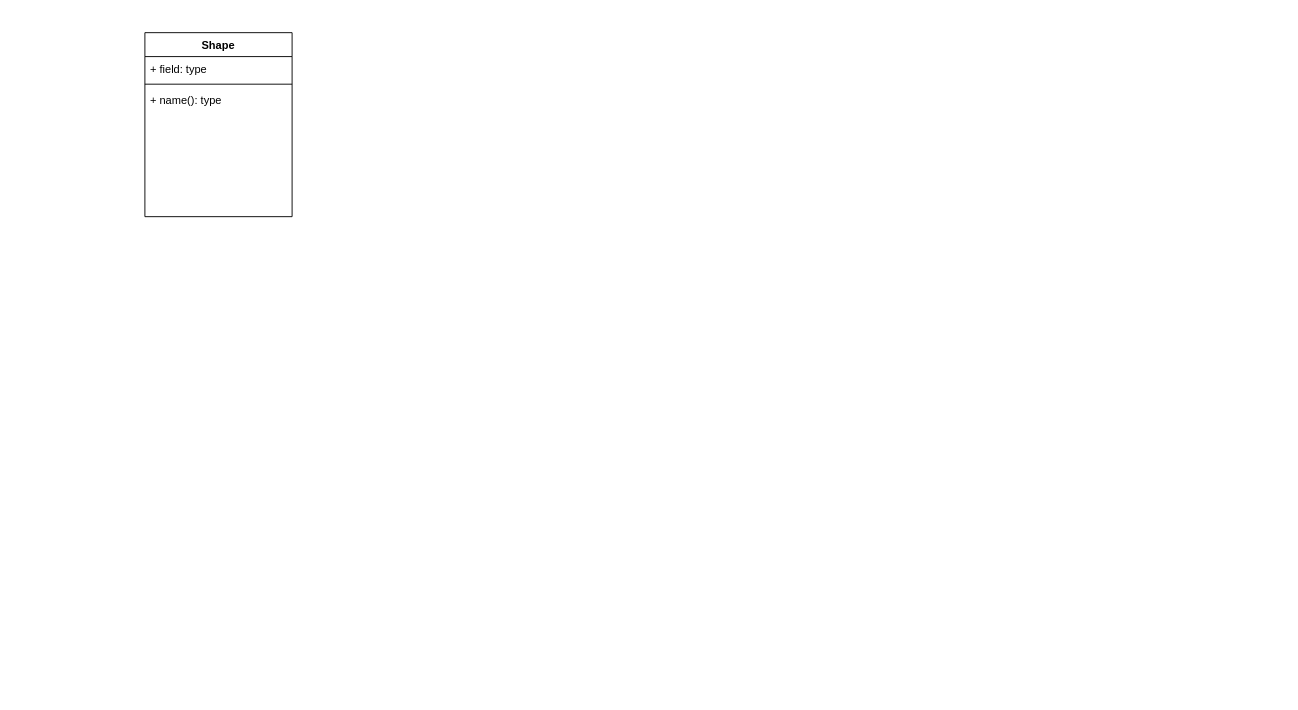
Before: page "类图" (3 of 4) of 1.Guide/4.annotation/XY-annotation.drawio in DirtyBoy-53/DrawIO_Data, a draw.io diagram. Source tidied: cells renumbered, new cells numbered last; positions are measured from the earlier drawing's top-left corner, leaving out a move shared by most shapes. Both pictures are drawn from the tidied source at 92%, with x=0, y=0 at pixel (144, 32).
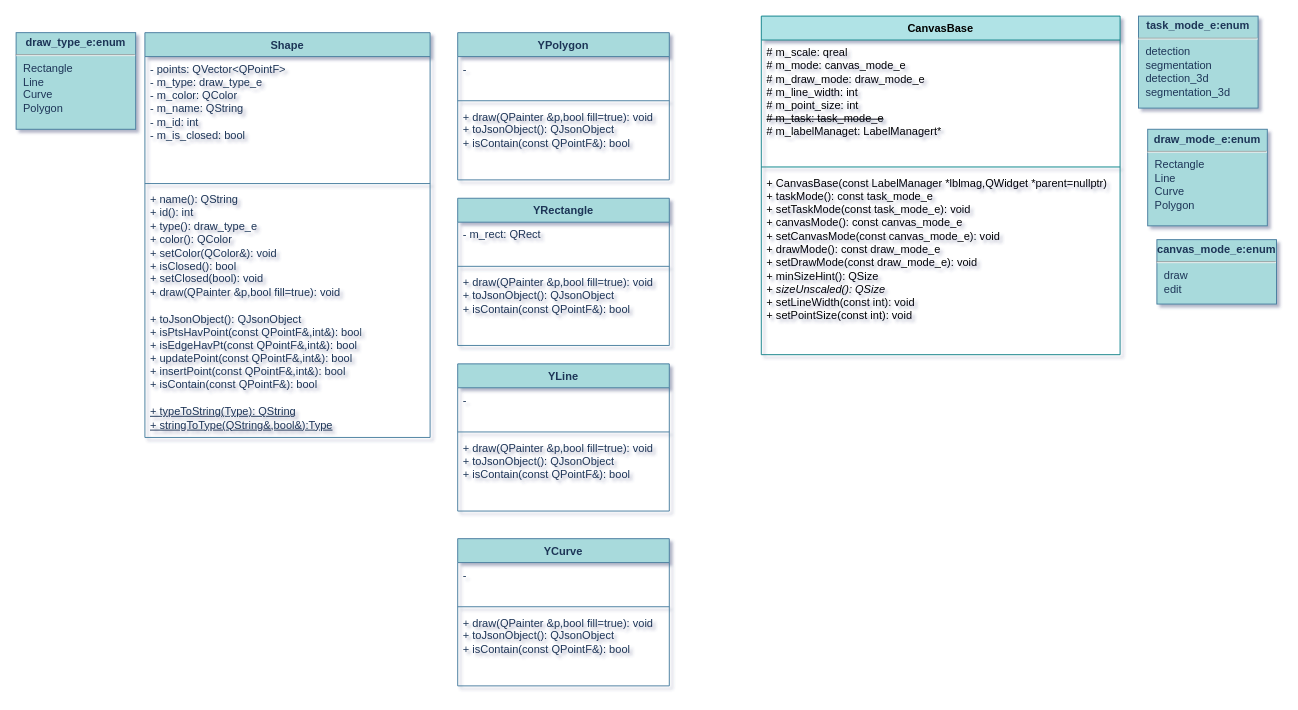
The same diagram, later.

Diff of the diagram source:
```diff
@@
-<mxGraphModel>
+<mxGraphModel background="#ffffff" shadow="1">
@@
-    <mxCell id="2" value="Shape" style="swimlane;fontStyle=1;align=center;verticalAlign=top;horizontal=1;startSize=26;whiteSpace=wrap;html=1;" parent="1" vertex="1">
-      <mxGeometry width="160" height="200" as="geometry" />
+    <mxCell id="2" value="Shape" style="swimlane;fontStyle=1;align=center;verticalAlign=top;horizontal=1;startSize=26;whiteSpace=wrap;html=1;labelBackgroundColor=none;fillColor=#A8DADC;strokeColor=#457B9D;fontColor=#1D3557;" parent="1" vertex="1">
+      <mxGeometry width="310" height="440" as="geometry" />
     </mxCell>
-    <mxCell id="3" value="+ field: type" style="text;strokeColor=none;fillColor=none;align=left;verticalAlign=top;spacingLeft=4;spacingRight=4;overflow=hidden;whiteSpace=wrap;html=1;" parent="2" vertex="1">
-      <mxGeometry y="26" width="160" height="26" as="geometry" />
+    <mxCell id="3" value="- points: QVector&amp;lt;QPointF&amp;gt;&lt;br&gt;- m_type:&amp;nbsp;draw_type_e&lt;br&gt;- m_color: QColor&lt;br&gt;- m_name: QString&lt;br&gt;- m_id: int&lt;br&gt;- m_is_closed: bool" style="text;strokeColor=none;fillColor=none;align=left;verticalAlign=top;spacingLeft=4;spacingRight=4;overflow=hidden;whiteSpace=wrap;html=1;labelBackgroundColor=none;fontColor=#1D3557;" parent="2" vertex="1">
+      <mxGeometry y="26" width="310" height="134" as="geometry" />
     </mxCell>
-    <mxCell id="4" style="line;strokeWidth=1;fillColor=none;align=left;verticalAlign=middle;spacingTop=-1;spacingLeft=3;spacingRight=3;labelPosition=right;strokeColor=inherit;" parent="2" vertex="1">
-      <mxGeometry y="52" width="160" height="8" as="geometry" />
+    <mxCell id="4" style="line;strokeWidth=1;fillColor=none;align=left;verticalAlign=middle;spacingTop=-1;spacingLeft=3;spacingRight=3;labelPosition=right;strokeColor=#457B9D;labelBackgroundColor=none;fontColor=#1D3557;" parent="2" vertex="1">
+      <mxGeometry y="160" width="310" height="8" as="geometry" />
     </mxCell>
-    <mxCell id="5" value="+ name(): type" style="text;strokeColor=none;fillColor=none;align=left;verticalAlign=top;spacingLeft=4;spacingRight=4;overflow=hidden;whiteSpace=wrap;html=1;" parent="2" vertex="1">
-      <mxGeometry y="60" width="160" height="140" as="geometry" />
+    <mxCell id="5" value="+ name(): QString&lt;br&gt;+ id(): int&lt;br&gt;+ type():&amp;nbsp;&lt;span style=&quot;border-color: var(--border-color); text-align: center;&quot;&gt;draw_type_e&lt;/span&gt;&lt;br&gt;+ color(): QColor&lt;br&gt;+ setColor(QColor&amp;amp;): void&lt;br&gt;+ isClosed(): bool&lt;br&gt;+ setClosed(bool): void&lt;br&gt;+ draw(QPainter &amp;amp;p,bool fill=true): void&lt;br&gt;&lt;br&gt;+ toJsonObject(): QJsonObject&lt;br&gt;+ isPtsHavPoint(const QPointF&amp;amp;,int&amp;amp;): bool&lt;br&gt;+ isEdgeHavPt(const QPointF&amp;amp;,int&amp;amp;): bool&lt;br&gt;+ updatePoint(const QPointF&amp;amp;,int&amp;amp;): bool&lt;br&gt;+ insertPoint(const QPointF&amp;amp;,int&amp;amp;): bool&lt;br&gt;+ isContain(const QPointF&amp;amp;): bool&lt;br&gt;&lt;br&gt;&lt;span style=&quot;border-color: var(--border-color);&quot;&gt;&lt;u style=&quot;border-color: var(--border-color);&quot;&gt;+ typeToString(Type): QString&lt;br style=&quot;border-color: var(--border-color);&quot;&gt;&lt;/u&gt;&lt;/span&gt;&lt;u style=&quot;border-color: var(--border-color);&quot;&gt;+ stringToType(QString&amp;amp;,bool&amp;amp;):Type&lt;/u&gt;" style="text;strokeColor=none;fillColor=none;align=left;verticalAlign=top;spacingLeft=4;spacingRight=4;overflow=hidden;whiteSpace=wrap;html=1;labelBackgroundColor=none;fontColor=#1D3557;" parent="2" vertex="1">
+      <mxGeometry y="168" width="310" height="272" as="geometry" />
     </mxCell>
+    <mxCell id="6" value="&lt;p style=&quot;margin: 4px 0px 0px; text-align: center;&quot;&gt;&lt;b style=&quot;&quot;&gt;draw_mode_e:enum&lt;/b&gt;&lt;/p&gt;&lt;hr&gt;&lt;p style=&quot;margin:0px;margin-left:8px;&quot;&gt;Rectangle&lt;br&gt;Line&lt;/p&gt;&lt;p style=&quot;margin:0px;margin-left:8px;&quot;&gt;Curve&lt;/p&gt;&lt;p style=&quot;margin:0px;margin-left:8px;&quot;&gt;Polygon&lt;/p&gt;" style="verticalAlign=top;align=left;overflow=fill;fontSize=12;fontFamily=Helvetica;html=1;whiteSpace=wrap;labelBackgroundColor=none;fillColor=#A8DADC;strokeColor=#457B9D;fontColor=#1D3557;" parent="1" vertex="1">
+      <mxGeometry x="1090" y="105" width="130" height="105" as="geometry" />
+    </mxCell>
+    <mxCell id="7" value="YPolygon" style="swimlane;fontStyle=1;align=center;verticalAlign=top;horizontal=1;startSize=26;whiteSpace=wrap;html=1;labelBackgroundColor=none;fillColor=#A8DADC;strokeColor=#457B9D;fontColor=#1D3557;arcSize=11;" parent="1" vertex="1">
+      <mxGeometry x="340" width="230" height="160" as="geometry" />
+    </mxCell>
+    <mxCell id="8" value="-" style="text;strokeColor=none;fillColor=none;align=left;verticalAlign=top;spacingLeft=4;spacingRight=4;overflow=hidden;whiteSpace=wrap;html=1;labelBackgroundColor=none;fontColor=#1D3557;" parent="7" vertex="1">
+      <mxGeometry y="26" width="230" height="44" as="geometry" />
+    </mxCell>
+    <mxCell id="9" style="line;strokeWidth=1;fillColor=none;align=left;verticalAlign=middle;spacingTop=-1;spacingLeft=3;spacingRight=3;labelPosition=right;strokeColor=#457B9D;labelBackgroundColor=none;fontColor=#1D3557;" parent="7" vertex="1">
+      <mxGeometry y="70" width="230" height="8" as="geometry" />
+    </mxCell>
+    <mxCell id="10" value="+ draw(QPainter &amp;amp;p,bool fill=true): void&lt;br style=&quot;border-color: var(--border-color);&quot;&gt;+ toJsonObject(): QJsonObject&lt;br style=&quot;border-color: var(--border-color);&quot;&gt;+ isContain(const QPointF&amp;amp;): bool" style="text;strokeColor=none;fillColor=none;align=left;verticalAlign=top;spacingLeft=4;spacingRight=4;overflow=hidden;whiteSpace=wrap;html=1;labelBackgroundColor=none;fontColor=#1D3557;" parent="7" vertex="1">
+      <mxGeometry y="78" width="230" height="82" as="geometry" />
+    </mxCell>
+    <mxCell id="11" value="YRectangle" style="swimlane;fontStyle=1;align=center;verticalAlign=top;horizontal=1;startSize=26;whiteSpace=wrap;html=1;labelBackgroundColor=none;fillColor=#A8DADC;strokeColor=#457B9D;fontColor=#1D3557;arcSize=11;" parent="1" vertex="1">
+      <mxGeometry x="340" y="180" width="230" height="160" as="geometry" />
+    </mxCell>
+    <mxCell id="12" value="- m_rect: QRect&lt;br&gt;" style="text;strokeColor=none;fillColor=none;align=left;verticalAlign=top;spacingLeft=4;spacingRight=4;overflow=hidden;whiteSpace=wrap;html=1;labelBackgroundColor=none;fontColor=#1D3557;" parent="11" vertex="1">
+      <mxGeometry y="26" width="230" height="44" as="geometry" />
+    </mxCell>
+    <mxCell id="13" style="line;strokeWidth=1;fillColor=none;align=left;verticalAlign=middle;spacingTop=-1;spacingLeft=3;spacingRight=3;labelPosition=right;strokeColor=#457B9D;labelBackgroundColor=none;fontColor=#1D3557;" parent="11" vertex="1">
+      <mxGeometry y="70" width="230" height="8" as="geometry" />
+    </mxCell>
+    <mxCell id="14" value="+ draw(QPainter &amp;amp;p,bool fill=true): void&lt;br style=&quot;border-color: var(--border-color);&quot;&gt;+ toJsonObject(): QJsonObject&lt;br style=&quot;border-color: var(--border-color);&quot;&gt;+ isContain(const QPointF&amp;amp;): bool" style="text;strokeColor=none;fillColor=none;align=left;verticalAlign=top;spacingLeft=4;spacingRight=4;overflow=hidden;whiteSpace=wrap;html=1;labelBackgroundColor=none;fontColor=#1D3557;" parent="11" vertex="1">
+      <mxGeometry y="78" width="230" height="82" as="geometry" />
+    </mxCell>
+    <mxCell id="15" value="YLine" style="swimlane;fontStyle=1;align=center;verticalAlign=top;horizontal=1;startSize=26;whiteSpace=wrap;html=1;labelBackgroundColor=none;fillColor=#A8DADC;strokeColor=#457B9D;fontColor=#1D3557;arcSize=11;" parent="1" vertex="1">
+      <mxGeometry x="340" y="360" width="230" height="160" as="geometry" />
+    </mxCell>
+    <mxCell id="16" value="-&amp;nbsp;" style="text;strokeColor=none;fillColor=none;align=left;verticalAlign=top;spacingLeft=4;spacingRight=4;overflow=hidden;whiteSpace=wrap;html=1;labelBackgroundColor=none;fontColor=#1D3557;" parent="15" vertex="1">
+      <mxGeometry y="26" width="230" height="44" as="geometry" />
+    </mxCell>
+    <mxCell id="17" style="line;strokeWidth=1;fillColor=none;align=left;verticalAlign=middle;spacingTop=-1;spacingLeft=3;spacingRight=3;labelPosition=right;strokeColor=#457B9D;labelBackgroundColor=none;fontColor=#1D3557;" parent="15" vertex="1">
+      <mxGeometry y="70" width="230" height="8" as="geometry" />
+    </mxCell>
+    <mxCell id="18" value="+ draw(QPainter &amp;amp;p,bool fill=true): void&lt;br style=&quot;border-color: var(--border-color);&quot;&gt;+ toJsonObject(): QJsonObject&lt;br style=&quot;border-color: var(--border-color);&quot;&gt;+ isContain(const QPointF&amp;amp;): bool" style="text;strokeColor=none;fillColor=none;align=left;verticalAlign=top;spacingLeft=4;spacingRight=4;overflow=hidden;whiteSpace=wrap;html=1;labelBackgroundColor=none;fontColor=#1D3557;" parent="15" vertex="1">
+      <mxGeometry y="78" width="230" height="82" as="geometry" />
+    </mxCell>
+    <mxCell id="19" value="YCurve" style="swimlane;fontStyle=1;align=center;verticalAlign=top;horizontal=1;startSize=26;whiteSpace=wrap;html=1;labelBackgroundColor=none;fillColor=#A8DADC;strokeColor=#457B9D;fontColor=#1D3557;arcSize=11;" parent="1" vertex="1">
+      <mxGeometry x="340" y="550" width="230" height="160" as="geometry" />
+    </mxCell>
+    <mxCell id="20" value="-&amp;nbsp;" style="text;strokeColor=none;fillColor=none;align=left;verticalAlign=top;spacingLeft=4;spacingRight=4;overflow=hidden;whiteSpace=wrap;html=1;labelBackgroundColor=none;fontColor=#1D3557;" parent="19" vertex="1">
+      <mxGeometry y="26" width="230" height="44" as="geometry" />
+    </mxCell>
+    <mxCell id="21" style="line;strokeWidth=1;fillColor=none;align=left;verticalAlign=middle;spacingTop=-1;spacingLeft=3;spacingRight=3;labelPosition=right;strokeColor=#457B9D;labelBackgroundColor=none;fontColor=#1D3557;" parent="19" vertex="1">
+      <mxGeometry y="70" width="230" height="8" as="geometry" />
+    </mxCell>
+    <mxCell id="22" value="+ draw(QPainter &amp;amp;p,bool fill=true): void&lt;br style=&quot;border-color: var(--border-color);&quot;&gt;+ toJsonObject(): QJsonObject&lt;br style=&quot;border-color: var(--border-color);&quot;&gt;+ isContain(const QPointF&amp;amp;): bool" style="text;strokeColor=none;fillColor=none;align=left;verticalAlign=top;spacingLeft=4;spacingRight=4;overflow=hidden;whiteSpace=wrap;html=1;labelBackgroundColor=none;fontColor=#1D3557;" parent="19" vertex="1">
+      <mxGeometry y="78" width="230" height="82" as="geometry" />
+    </mxCell>
+    <mxCell id="23" value="CanvasBase" style="swimlane;fontStyle=1;align=center;verticalAlign=top;horizontal=1;startSize=26;whiteSpace=wrap;html=1;fillColor=#b0e3e6;strokeColor=#0e8088;" parent="1" vertex="1">
+      <mxGeometry x="670" y="-18" width="390" height="368" as="geometry" />
+    </mxCell>
+    <mxCell id="24" value="# m_scale: qreal&lt;br&gt;# m_mode: canvas_mode_e&lt;br&gt;# m_draw_mode: draw_mode_e&lt;br&gt;# m_line_width: int&lt;br&gt;# m_point_size: int&lt;br&gt;&lt;strike&gt;# m_task: task_mode_e&lt;/strike&gt;&lt;br&gt;# m_labelManaget: LabelManagert*" style="text;strokeColor=none;fillColor=none;align=left;verticalAlign=top;spacingLeft=4;spacingRight=4;overflow=hidden;whiteSpace=wrap;html=1;" parent="23" vertex="1">
+      <mxGeometry y="26" width="390" height="134" as="geometry" />
+    </mxCell>
+    <mxCell id="25" style="line;strokeWidth=1;fillColor=none;align=left;verticalAlign=middle;spacingTop=-1;spacingLeft=3;spacingRight=3;labelPosition=right;strokeColor=inherit;" parent="23" vertex="1">
+      <mxGeometry y="160" width="390" height="8" as="geometry" />
+    </mxCell>
+    <mxCell id="26" value="+ CanvasBase(const LabelManager *lblmag,QWidget *parent=nullptr)&lt;br&gt;+ taskMode(): const task_mode_e&lt;br&gt;+ setTaskMode(const task_mode_e): void&lt;br&gt;+ canvasMode(): const canvas_mode_e&lt;br&gt;+ setCanvasMode(const canvas_mode_e): void&lt;br&gt;+ drawMode(): const draw_mode_e&lt;br&gt;+ setDrawMode(const draw_mode_e): void&lt;br&gt;+ minSizeHint(): QSize&lt;br&gt;&lt;i&gt;+ sizeUnscaled(): QSize&lt;/i&gt;&lt;br&gt;+ setLineWidth(const int): void&lt;br&gt;+ setPointSize(const int): void&lt;br&gt;&amp;nbsp; &amp;nbsp;&amp;nbsp;" style="text;strokeColor=none;fillColor=none;align=left;verticalAlign=top;spacingLeft=4;spacingRight=4;overflow=hidden;whiteSpace=wrap;html=1;" parent="23" vertex="1">
+      <mxGeometry y="168" width="390" height="200" as="geometry" />
+    </mxCell>
+    <mxCell id="27" value="&lt;p style=&quot;margin: 4px 0px 0px; text-align: center;&quot;&gt;&lt;b&gt;task_mode_e:enum&lt;/b&gt;&lt;/p&gt;&lt;hr&gt;&lt;p style=&quot;margin:0px;margin-left:8px;&quot;&gt;detection&lt;/p&gt;&lt;p style=&quot;margin:0px;margin-left:8px;&quot;&gt;segmentation&lt;/p&gt;&lt;p style=&quot;margin:0px;margin-left:8px;&quot;&gt;detection_3d&lt;br&gt;&lt;/p&gt;&lt;p style=&quot;margin:0px;margin-left:8px;&quot;&gt;segmentation_3d&lt;br&gt;&lt;/p&gt;" style="verticalAlign=top;align=left;overflow=fill;fontSize=12;fontFamily=Helvetica;html=1;whiteSpace=wrap;labelBackgroundColor=none;fillColor=#A8DADC;strokeColor=#457B9D;fontColor=#1D3557;fontStyle=0;" parent="1" vertex="1">
+      <mxGeometry x="1080" y="-18" width="130" height="100" as="geometry" />
+    </mxCell>
+    <mxCell id="28" value="&lt;p style=&quot;margin: 4px 0px 0px; text-align: center;&quot;&gt;&lt;b&gt;canvas_mode_e:enum&lt;/b&gt;&lt;/p&gt;&lt;hr&gt;&lt;p style=&quot;margin:0px;margin-left:8px;&quot;&gt;draw&lt;/p&gt;&lt;p style=&quot;margin:0px;margin-left:8px;&quot;&gt;edit&lt;/p&gt;" style="verticalAlign=top;align=left;overflow=fill;fontSize=12;fontFamily=Helvetica;html=1;whiteSpace=wrap;labelBackgroundColor=none;fillColor=#A8DADC;strokeColor=#457B9D;fontColor=#1D3557;fontStyle=0;" parent="1" vertex="1">
+      <mxGeometry x="1100" y="225" width="130" height="70" as="geometry" />
+    </mxCell>
+    <mxCell id="29" value="&lt;p style=&quot;margin: 4px 0px 0px; text-align: center;&quot;&gt;&lt;b style=&quot;&quot;&gt;draw_type_e:enum&lt;/b&gt;&lt;/p&gt;&lt;hr&gt;&lt;p style=&quot;margin:0px;margin-left:8px;&quot;&gt;Rectangle&lt;br&gt;Line&lt;/p&gt;&lt;p style=&quot;margin:0px;margin-left:8px;&quot;&gt;Curve&lt;/p&gt;&lt;p style=&quot;margin:0px;margin-left:8px;&quot;&gt;Polygon&lt;/p&gt;" style="verticalAlign=top;align=left;overflow=fill;fontSize=12;fontFamily=Helvetica;html=1;whiteSpace=wrap;labelBackgroundColor=none;fillColor=#A8DADC;strokeColor=#457B9D;fontColor=#1D3557;" parent="1" vertex="1">
+      <mxGeometry x="-140" width="130" height="105" as="geometry" />
+    </mxCell>
```
